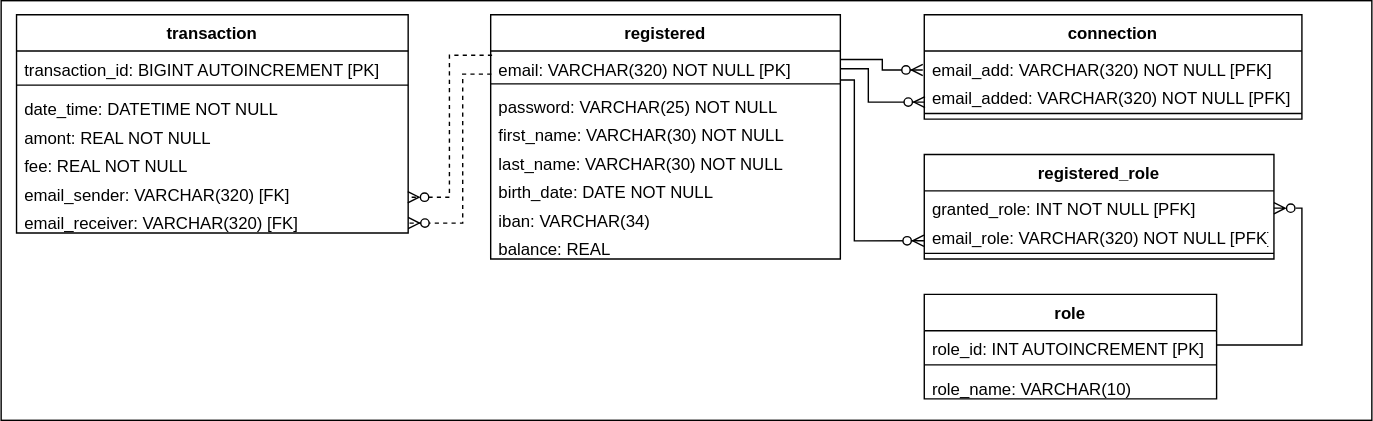
emmo78/com.paymybuddy.paymybuddy keeps this draw.io diagram as UML/payMyBuddyUML-MLD.svg. Above is the earlier version. Source tidied: cells renumbered, new cells last; positions are measured from the earlier drawing's top-left corner, leaving out a move shared by most shapes.
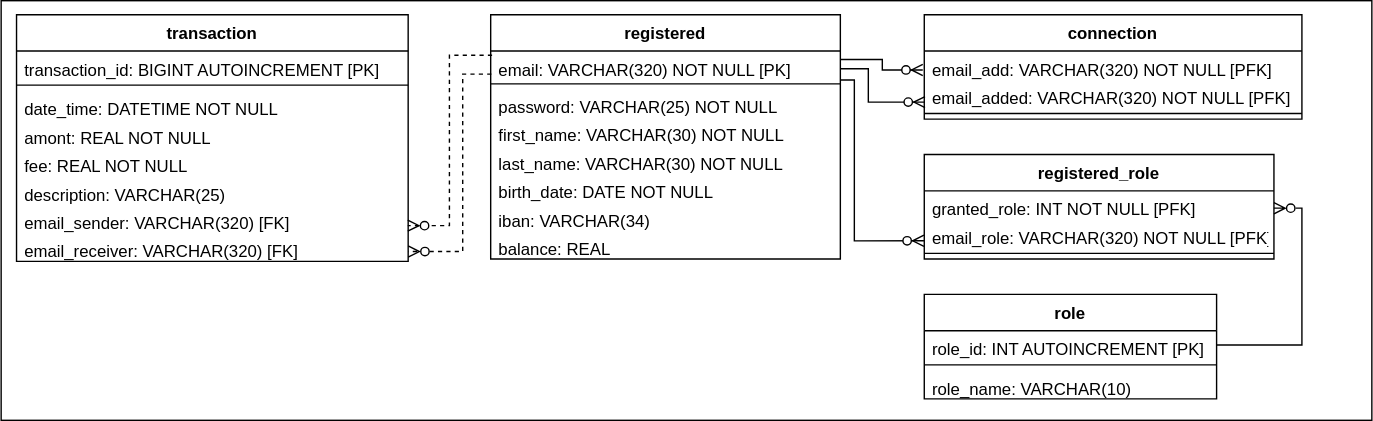
After the change.

What changed in the source:
```diff
@@ -6,7 +6,7 @@
       <mxGeometry width="980" height="300" as="geometry" />
     </mxCell>
     <mxCell id="3" value="transaction" style="swimlane;fontStyle=1;align=center;verticalAlign=top;horizontal=1;startSize=26;" parent="1" vertex="1">
-      <mxGeometry x="11" y="10" width="280" height="156.1" as="geometry" />
+      <mxGeometry x="11" y="10" width="280" height="176.4" as="geometry" />
     </mxCell>
     <mxCell id="4" value="transaction_id: BIGINT AUTOINCREMENT [PK]" style="text;strokeColor=none;fillColor=none;align=left;verticalAlign=top;spacingLeft=4;spacingRight=4;overflow=hidden;" parent="3" vertex="1">
       <mxGeometry y="26" width="280" height="20.3" as="geometry" />
@@ -23,11 +23,14 @@
     <mxCell id="8" value="fee: REAL NOT NULL" style="text;align=left;verticalAlign=top;spacingLeft=4;spacingRight=4;overflow=hidden;" parent="3" vertex="1">
       <mxGeometry y="95" width="280" height="20.3" as="geometry" />
     </mxCell>
+    <mxCell id="38" value="description: VARCHAR(25)" style="text;align=left;verticalAlign=top;spacingLeft=4;spacingRight=4;overflow=hidden;" parent="3" vertex="1">
+      <mxGeometry y="115.4" width="280" height="20.3" as="geometry" />
+    </mxCell>
     <mxCell id="9" value="email_sender: VARCHAR(320) [FK]" style="text;strokeColor=none;fillColor=none;align=left;verticalAlign=top;spacingLeft=4;spacingRight=4;overflow=hidden;points=[[0,0.5],[1,0.5]];portConstraint=eastwest;" parent="3" vertex="1">
-      <mxGeometry y="115.4" width="280" height="20.3" as="geometry" />
+      <mxGeometry y="135.7" width="280" height="20.3" as="geometry" />
     </mxCell>
     <mxCell id="10" value="email_receiver: VARCHAR(320) [FK]" style="text;strokeColor=none;fillColor=none;align=left;verticalAlign=top;spacingLeft=4;spacingRight=4;overflow=hidden;points=[[0,0.5],[1,0.5]];portConstraint=eastwest;" parent="3" vertex="1">
-      <mxGeometry y="135.7" width="280" height="20.3" as="geometry" />
+      <mxGeometry y="156.1" width="280" height="20.3" as="geometry" />
     </mxCell>
     <mxCell id="11" value="connection" style="swimlane;fontStyle=1;align=center;verticalAlign=top;horizontal=1;startSize=26;" parent="1" vertex="1">
       <mxGeometry x="660" y="10" width="270" height="74.7" as="geometry" />
@@ -86,7 +89,7 @@
       <mxGeometry relative="1" as="geometry">
         <Array as="points">
           <mxPoint x="330" y="53" />
-          <mxPoint x="330" y="159" />
+          <mxPoint x="330" y="179" />
         </Array>
       </mxGeometry>
     </mxCell>
```
